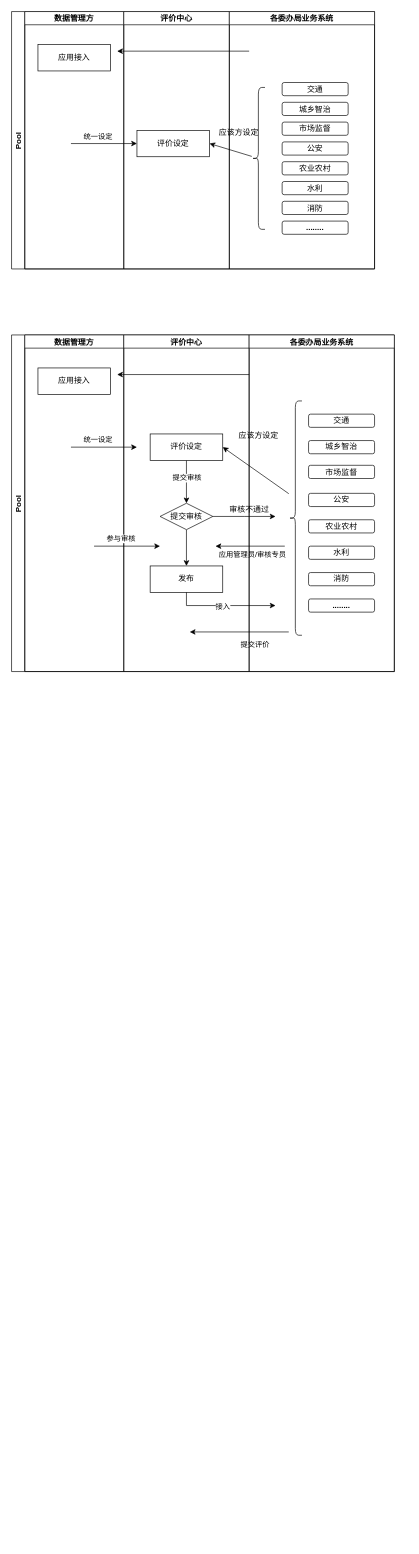
The draw.io diagram 未命名绘图.drawio in xgeed/x, before the edit. Source tidied: cells renumbered, new cells numbered last; positions are measured from the earlier drawing's top-left corner, leaving out a move shared by most shapes. Both pictures are drawn from the tidied source at 66%, with x=0, y=0 at pixel (11, 11).
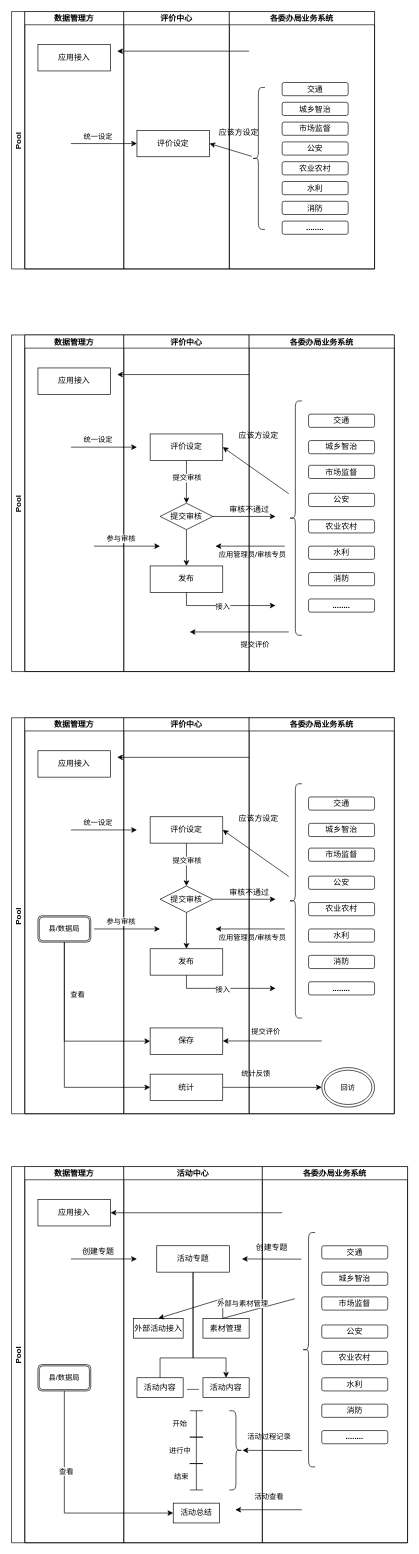
After the change.

Commit message (it also covers changes not shown here):
更新未命名绘图.drawio

Change to the diagram source:
```diff
@@
+    <mxCell id="57" value="Pool" style="swimlane;startSize=20;horizontal=0;" parent="1" vertex="1">
+      <mxGeometry y="1070" width="580" height="600" as="geometry" />
+    </mxCell>
+    <mxCell id="58" value="数据管理方" style="swimlane;startSize=20;" parent="57" vertex="1">
+      <mxGeometry x="20" width="150" height="600" as="geometry" />
+    </mxCell>
+    <mxCell id="59" value="应用接入" style="rounded=0;whiteSpace=wrap;html=1;" parent="58" vertex="1">
+      <mxGeometry x="20" y="50" width="110" height="40" as="geometry" />
+    </mxCell>
+    <mxCell id="60" style="endArrow=classic;html=1;rounded=0;" parent="58" edge="1">
+      <mxGeometry relative="1" as="geometry">
+        <mxPoint x="70" y="170" as="sourcePoint" />
+        <mxPoint x="170" y="170" as="targetPoint" />
+      </mxGeometry>
+    </mxCell>
+    <mxCell id="61" value="统一设定" style="edgeLabel;html=1;align=center;verticalAlign=middle;" parent="60" vertex="1">
+      <mxGeometry x="-0.21" y="2" relative="1" as="geometry">
+        <mxPoint y="-10" as="offset" />
+      </mxGeometry>
+    </mxCell>
+    <mxCell id="62" value="县/数据局" style="shape=ext;double=1;rounded=1;whiteSpace=wrap;html=1;fontSize=11;" parent="58" vertex="1">
+      <mxGeometry x="20" y="300" width="80" height="40" as="geometry" />
+    </mxCell>
+    <mxCell id="63" value="评价中心" style="swimlane;startSize=20;" parent="57" vertex="1">
+      <mxGeometry x="170" width="190" height="600" as="geometry" />
+    </mxCell>
+    <mxCell id="64" style="endArrow=classic;html=1;rounded=0;" parent="63" edge="1">
+      <mxGeometry relative="1" as="geometry">
+        <mxPoint x="190" y="60" as="sourcePoint" />
+        <mxPoint x="-10" y="60" as="targetPoint" />
+      </mxGeometry>
+    </mxCell>
+    <mxCell id="65" style="edgeStyle=orthogonalEdgeStyle;rounded=0;jettySize=auto;html=1;entryX=0.5;entryY=0;entryDx=0;entryDy=0;" parent="63" edge="1" source="67" target="69">
+      <mxGeometry relative="1" as="geometry" />
+    </mxCell>
+    <mxCell id="66" value="提交审核" style="edgeLabel;html=1;align=center;verticalAlign=middle;" parent="65" vertex="1">
+      <mxGeometry x="-0.19" relative="1" as="geometry" />
+    </mxCell>
+    <mxCell id="67" value="评价设定" style="rounded=0;whiteSpace=wrap;html=1;" parent="63" vertex="1">
+      <mxGeometry x="40" y="150" width="110" height="40" as="geometry" />
+    </mxCell>
+    <mxCell id="68" style="edgeStyle=orthogonalEdgeStyle;rounded=0;jettySize=auto;html=1;entryX=0.5;entryY=0;entryDx=0;entryDy=0;" parent="63" edge="1" source="69" target="71">
+      <mxGeometry relative="1" as="geometry" />
+    </mxCell>
+    <mxCell id="69" value="提交审核" style="rhombus;whiteSpace=wrap;html=1;" parent="63" vertex="1">
+      <mxGeometry x="55" y="255" width="80" height="40" as="geometry" />
+    </mxCell>
+    <mxCell id="70" value="审核不通过" style="text;html=1;align=center;verticalAlign=middle;strokeColor=none;fillColor=none;" parent="63" vertex="1">
+      <mxGeometry x="150" y="250" width="80" height="30" as="geometry" />
+    </mxCell>
+    <mxCell id="71" value="发布" style="rounded=0;whiteSpace=wrap;html=1;" parent="63" vertex="1">
+      <mxGeometry x="40" y="350" width="110" height="40" as="geometry" />
+    </mxCell>
+    <mxCell id="72" style="endArrow=classic;html=1;rounded=0;" parent="63" edge="1">
+      <mxGeometry relative="1" as="geometry">
+        <mxPoint x="-45" y="320" as="sourcePoint" />
+        <mxPoint x="55" y="320" as="targetPoint" />
+      </mxGeometry>
+    </mxCell>
+    <mxCell id="73" value="参与审核" style="edgeLabel;html=1;align=center;verticalAlign=middle;" parent="72" vertex="1">
+      <mxGeometry x="-0.21" y="2" relative="1" as="geometry">
+        <mxPoint y="-10" as="offset" />
+      </mxGeometry>
+    </mxCell>
+    <mxCell id="74" style="endArrow=classic;html=1;rounded=0;" parent="63" edge="1">
+      <mxGeometry relative="1" as="geometry">
+        <mxPoint x="300" y="489.7" as="sourcePoint" />
+        <mxPoint x="150" y="489.7" as="targetPoint" />
+      </mxGeometry>
+    </mxCell>
+    <mxCell id="75" value="保存" style="rounded=0;whiteSpace=wrap;html=1;" parent="63" vertex="1">
+      <mxGeometry x="40" y="470" width="110" height="40" as="geometry" />
+    </mxCell>
+    <mxCell id="76" value="统计" style="rounded=0;whiteSpace=wrap;html=1;" parent="63" vertex="1">
+      <mxGeometry x="40" y="540" width="110" height="40" as="geometry" />
+    </mxCell>
+    <mxCell id="77" value="各委办局业务系统" style="swimlane;startSize=20;" parent="57" vertex="1">
+      <mxGeometry x="360" width="220" height="600" as="geometry" />
+    </mxCell>
+    <mxCell id="78" value="交通" style="rounded=1;whiteSpace=wrap;html=1;" parent="77" vertex="1">
+      <mxGeometry x="90" y="120" width="100" height="20" as="geometry" />
+    </mxCell>
+    <mxCell id="79" value="城乡智治" style="rounded=1;whiteSpace=wrap;html=1;" parent="77" vertex="1">
+      <mxGeometry x="90" y="160" width="100" height="20" as="geometry" />
+    </mxCell>
+    <mxCell id="80" value="市场监督" style="rounded=1;whiteSpace=wrap;html=1;" parent="77" vertex="1">
+      <mxGeometry x="90" y="197.5" width="100" height="20" as="geometry" />
+    </mxCell>
+    <mxCell id="81" value="公安" style="rounded=1;whiteSpace=wrap;html=1;" parent="77" vertex="1">
+      <mxGeometry x="90" y="240" width="100" height="20" as="geometry" />
+    </mxCell>
+    <mxCell id="82" value="农业农村" style="rounded=1;whiteSpace=wrap;html=1;" parent="77" vertex="1">
+      <mxGeometry x="90" y="280" width="100" height="20" as="geometry" />
+    </mxCell>
+    <mxCell id="83" value="水利" style="rounded=1;whiteSpace=wrap;html=1;" parent="77" vertex="1">
+      <mxGeometry x="90" y="320" width="100" height="20" as="geometry" />
+    </mxCell>
+    <mxCell id="84" value="消防" style="rounded=1;whiteSpace=wrap;html=1;" parent="77" vertex="1">
+      <mxGeometry x="90" y="360" width="100" height="20" as="geometry" />
+    </mxCell>
+    <mxCell id="85" value="........" style="rounded=1;whiteSpace=wrap;html=1;fontStyle=1;" parent="77" vertex="1">
+      <mxGeometry x="90" y="400" width="100" height="20" as="geometry" />
+    </mxCell>
+    <mxCell id="86" style="shape=curlyBracket;whiteSpace=wrap;html=1;rounded=1;size=0.5;" parent="77" vertex="1">
+      <mxGeometry x="60" y="100" width="20" height="355" as="geometry" />
+    </mxCell>
+    <mxCell id="87" value="应该方设定" style="text;html=1;align=center;verticalAlign=middle;strokeColor=none;fillColor=none;" parent="77" vertex="1">
+      <mxGeometry x="-26" y="137.5" width="80" height="30" as="geometry" />
+    </mxCell>
+    <mxCell id="88" style="endArrow=classic;html=1;rounded=0;entryX=1;entryY=0.5;entryDx=0;entryDy=0;" parent="77" edge="1">
+      <mxGeometry relative="1" as="geometry">
+        <mxPoint x="54" y="320" as="sourcePoint" />
+        <mxPoint x="-51" y="320" as="targetPoint" />
+      </mxGeometry>
+    </mxCell>
+    <mxCell id="89" value="&lt;font style=&quot;font-size: 11px;&quot;&gt;应用管理员/审核专员&lt;/font&gt;" style="text;html=1;align=center;verticalAlign=middle;strokeColor=none;fillColor=none;fontSize=10;" parent="77" vertex="1">
+      <mxGeometry x="-60" y="317.5" width="130" height="30" as="geometry" />
+    </mxCell>
+    <mxCell id="90" value="提交评价" style="text;html=1;align=center;verticalAlign=middle;strokeColor=none;fillColor=none;fontSize=11;" parent="77" vertex="1">
+      <mxGeometry x="-10" y="460" width="70" height="30" as="geometry" />
+    </mxCell>
+    <mxCell id="91" value="回访" style="ellipse;shape=doubleEllipse;whiteSpace=wrap;html=1;fontSize=11;" parent="77" vertex="1">
+      <mxGeometry x="110" y="530" width="80" height="60" as="geometry" />
+    </mxCell>
+    <mxCell id="92" style="endArrow=classic;html=1;rounded=0;entryX=1;entryY=0.5;entryDx=0;entryDy=0;" parent="57" edge="1" target="67">
+      <mxGeometry relative="1" as="geometry">
+        <mxPoint x="420" y="240.5" as="sourcePoint" />
+      </mxGeometry>
+    </mxCell>
+    <mxCell id="93" style="edgeStyle=orthogonalEdgeStyle;rounded=0;jettySize=auto;html=1;fontSize=11;entryX=0;entryY=0.5;entryDx=0;entryDy=0;exitX=0.5;exitY=1;exitDx=0;exitDy=0;" parent="57" edge="1" source="62" target="75">
+      <mxGeometry relative="1" as="geometry" />
+    </mxCell>
+    <mxCell id="94" style="edgeStyle=orthogonalEdgeStyle;rounded=0;jettySize=auto;html=1;entryX=0;entryY=0.5;entryDx=0;entryDy=0;fontSize=11;exitX=0.5;exitY=1;exitDx=0;exitDy=0;" parent="57" edge="1" source="62" target="76">
+      <mxGeometry relative="1" as="geometry" />
+    </mxCell>
+    <mxCell id="95" style="edgeStyle=orthogonalEdgeStyle;rounded=0;jettySize=auto;html=1;" parent="1" edge="1" source="69">
+      <mxGeometry relative="1" as="geometry">
+        <mxPoint x="400" y="1345" as="targetPoint" />
+      </mxGeometry>
+    </mxCell>
+    <mxCell id="96" style="edgeStyle=orthogonalEdgeStyle;rounded=0;jettySize=auto;html=1;fontSize=11;exitX=0.5;exitY=1;exitDx=0;exitDy=0;" parent="1" edge="1" source="71">
+      <mxGeometry relative="1" as="geometry">
+        <mxPoint x="400" y="1480" as="targetPoint" />
+        <Array as="points">
+          <mxPoint x="265" y="1480" />
+        </Array>
+      </mxGeometry>
+    </mxCell>
+    <mxCell id="97" value="接入" style="edgeLabel;html=1;align=center;verticalAlign=middle;fontSize=11;" parent="96" vertex="1">
+      <mxGeometry x="-0.05" y="-1" relative="1" as="geometry" />
+    </mxCell>
+    <mxCell id="98" value="查看" style="text;html=1;align=center;verticalAlign=middle;strokeColor=none;fillColor=none;fontSize=11;" parent="1" vertex="1">
+      <mxGeometry x="75" y="1475" width="50" height="30" as="geometry" />
+    </mxCell>
+    <mxCell id="99" style="edgeStyle=orthogonalEdgeStyle;rounded=0;jettySize=auto;html=1;fontSize=11;" parent="1" edge="1" source="76">
+      <mxGeometry relative="1" as="geometry">
+        <mxPoint x="470" y="1630" as="targetPoint" />
+      </mxGeometry>
+    </mxCell>
+    <mxCell id="100" value="统计反馈" style="text;html=1;align=center;verticalAlign=middle;strokeColor=none;fillColor=none;fontSize=11;" parent="1" vertex="1">
+      <mxGeometry x="335" y="1595" width="70" height="30" as="geometry" />
+    </mxCell>
+    <mxCell id="101" value="Pool" style="swimlane;startSize=20;horizontal=0;" parent="1" vertex="1">
+      <mxGeometry y="1750" width="600" height="570" as="geometry" />
+    </mxCell>
+    <mxCell id="102" value="数据管理方" style="swimlane;startSize=20;" parent="101" vertex="1">
+      <mxGeometry x="20" width="150" height="570" as="geometry" />
+    </mxCell>
+    <mxCell id="103" value="应用接入" style="rounded=0;whiteSpace=wrap;html=1;" parent="102" vertex="1">
+      <mxGeometry x="20" y="50" width="110" height="40" as="geometry" />
+    </mxCell>
+    <mxCell id="104" style="endArrow=classic;html=1;rounded=0;" parent="102" edge="1">
+      <mxGeometry relative="1" as="geometry">
+        <mxPoint x="70" y="140" as="sourcePoint" />
+        <mxPoint x="170" y="140" as="targetPoint" />
+      </mxGeometry>
+    </mxCell>
+    <mxCell id="105" value="&lt;span style=&quot;font-size: 12px; background-color: rgb(248, 249, 250);&quot;&gt;创建专题&lt;/span&gt;" style="edgeLabel;html=1;align=center;verticalAlign=middle;" parent="104" vertex="1">
+      <mxGeometry x="-0.21" y="2" relative="1" as="geometry">
+        <mxPoint y="-10" as="offset" />
+      </mxGeometry>
+    </mxCell>
+    <mxCell id="106" value="县/数据局" style="shape=ext;double=1;rounded=1;whiteSpace=wrap;html=1;fontSize=11;" parent="102" vertex="1">
+      <mxGeometry x="20" y="300" width="80" height="40" as="geometry" />
+    </mxCell>
+    <mxCell id="107" value="活动中心" style="swimlane;startSize=20;" parent="101" vertex="1">
+      <mxGeometry x="170" width="210" height="570" as="geometry" />
+    </mxCell>
+    <mxCell id="108" style="endArrow=classic;html=1;rounded=0;" parent="107" edge="1">
+      <mxGeometry relative="1" as="geometry">
+        <mxPoint x="240" y="70" as="sourcePoint" />
+        <mxPoint x="-20" y="70" as="targetPoint" />
+      </mxGeometry>
+    </mxCell>
+    <mxCell id="109" style="edgeStyle=orthogonalEdgeStyle;rounded=0;jettySize=auto;html=1;entryX=0.5;entryY=0;entryDx=0;entryDy=0;fontSize=11;" parent="107" edge="1" source="111">
+      <mxGeometry relative="1" as="geometry">
+        <mxPoint x="55" y="350" as="targetPoint" />
+        <Array as="points">
+          <mxPoint x="105" y="290" />
+          <mxPoint x="55" y="290" />
+        </Array>
+      </mxGeometry>
+    </mxCell>
+    <mxCell id="110" style="edgeStyle=orthogonalEdgeStyle;rounded=0;jettySize=auto;html=1;fontSize=11;" parent="107" edge="1" source="111" target="112">
+      <mxGeometry relative="1" as="geometry">
+        <Array as="points">
+          <mxPoint x="105" y="290" />
+          <mxPoint x="155" y="290" />
+        </Array>
+      </mxGeometry>
+    </mxCell>
+    <mxCell id="111" value="活动专题" style="rounded=0;whiteSpace=wrap;html=1;" parent="107" vertex="1">
+      <mxGeometry x="50" y="120" width="110" height="40" as="geometry" />
+    </mxCell>
+    <mxCell id="112" value="活动内容" style="rounded=0;whiteSpace=wrap;html=1;" parent="107" vertex="1">
+      <mxGeometry x="120" y="320" width="70" height="30" as="geometry" />
+    </mxCell>
+    <mxCell id="113" value="素材管理" style="rounded=0;whiteSpace=wrap;html=1;" parent="107" vertex="1">
+      <mxGeometry x="120" y="230" width="70" height="30" as="geometry" />
+    </mxCell>
+    <mxCell id="114" value="外部活动接入" style="rounded=0;whiteSpace=wrap;html=1;" parent="107" vertex="1">
+      <mxGeometry x="15" y="230" width="75" height="30" as="geometry" />
+    </mxCell>
+    <mxCell id="115" value="活动内容" style="rounded=0;whiteSpace=wrap;html=1;" parent="107" vertex="1">
+      <mxGeometry x="20" y="320" width="70" height="30" as="geometry" />
+    </mxCell>
+    <mxCell id="116" value="&lt;b&gt;......&lt;/b&gt;" style="text;html=1;align=center;verticalAlign=middle;strokeColor=none;fillColor=none;fontSize=11;" parent="107" vertex="1">
+      <mxGeometry x="85" y="320" width="40" height="30" as="geometry" />
+    </mxCell>
+    <mxCell id="117" style="shape=crossbar;whiteSpace=wrap;html=1;rounded=1;direction=south;fontSize=11;" parent="107" vertex="1">
+      <mxGeometry x="100" y="370" width="20" height="40" as="geometry" />
+    </mxCell>
+    <mxCell id="118" style="edgeStyle=orthogonalEdgeStyle;rounded=0;orthogonalLoop=1;jettySize=auto;html=1;exitX=1;exitY=0.5;exitDx=0;exitDy=0;exitPerimeter=0;fontSize=11;" parent="107" edge="1" source="117" target="117">
+      <mxGeometry relative="1" as="geometry" />
+    </mxCell>
+    <mxCell id="119" style="shape=crossbar;whiteSpace=wrap;html=1;rounded=1;direction=south;fontSize=11;" parent="107" vertex="1">
+      <mxGeometry x="100" y="410" width="20" height="40" as="geometry" />
+    </mxCell>
+    <mxCell id="120" value="开始" style="text;html=1;align=center;verticalAlign=middle;strokeColor=none;fillColor=none;fontSize=11;" parent="107" vertex="1">
+      <mxGeometry x="60" y="375" width="50" height="30" as="geometry" />
+    </mxCell>
+    <mxCell id="121" value="进行中" style="text;html=1;align=center;verticalAlign=middle;strokeColor=none;fillColor=none;fontSize=11;" parent="107" vertex="1">
+      <mxGeometry x="55" y="415" width="60" height="30" as="geometry" />
+    </mxCell>
+    <mxCell id="122" style="shape=crossbar;whiteSpace=wrap;html=1;rounded=1;direction=south;fontSize=11;" parent="107" vertex="1">
+      <mxGeometry x="100" y="450" width="20" height="40" as="geometry" />
+    </mxCell>
+    <mxCell id="123" value="结束" style="text;html=1;align=center;verticalAlign=middle;strokeColor=none;fillColor=none;fontSize=11;" parent="107" vertex="1">
+      <mxGeometry x="62" y="455" width="50" height="30" as="geometry" />
+    </mxCell>
+    <mxCell id="124" style="shape=curlyBracket;whiteSpace=wrap;html=1;rounded=1;flipH=1;fontSize=11;" parent="107" vertex="1">
+      <mxGeometry x="160" y="370" width="20" height="120" as="geometry" />
+    </mxCell>
+    <mxCell id="125" value="活动总结" style="rounded=0;whiteSpace=wrap;html=1;" parent="107" vertex="1">
+      <mxGeometry x="75" y="510" width="70" height="30" as="geometry" />
+    </mxCell>
+    <mxCell id="126" value="各委办局业务系统" style="swimlane;startSize=20;" parent="101" vertex="1">
+      <mxGeometry x="380" width="220" height="570" as="geometry" />
+    </mxCell>
+    <mxCell id="127" value="交通" style="rounded=1;whiteSpace=wrap;html=1;" parent="126" vertex="1">
+      <mxGeometry x="90" y="120" width="100" height="20" as="geometry" />
+    </mxCell>
+    <mxCell id="128" value="城乡智治" style="rounded=1;whiteSpace=wrap;html=1;" parent="126" vertex="1">
+      <mxGeometry x="90" y="160" width="100" height="20" as="geometry" />
+    </mxCell>
+    <mxCell id="129" value="市场监督" style="rounded=1;whiteSpace=wrap;html=1;" parent="126" vertex="1">
+      <mxGeometry x="90" y="197.5" width="100" height="20" as="geometry" />
+    </mxCell>
+    <mxCell id="130" value="公安" style="rounded=1;whiteSpace=wrap;html=1;" parent="126" vertex="1">
+      <mxGeometry x="90" y="240" width="100" height="20" as="geometry" />
+    </mxCell>
+    <mxCell id="131" value="农业农村" style="rounded=1;whiteSpace=wrap;html=1;" parent="126" vertex="1">
+      <mxGeometry x="90" y="280" width="100" height="20" as="geometry" />
+    </mxCell>
+    <mxCell id="132" value="水利" style="rounded=1;whiteSpace=wrap;html=1;" parent="126" vertex="1">
+      <mxGeometry x="90" y="320" width="100" height="20" as="geometry" />
+    </mxCell>
+    <mxCell id="133" value="消防" style="rounded=1;whiteSpace=wrap;html=1;" parent="126" vertex="1">
+      <mxGeometry x="90" y="360" width="100" height="20" as="geometry" />
+    </mxCell>
+    <mxCell id="134" value="........" style="rounded=1;whiteSpace=wrap;html=1;fontStyle=1;" parent="126" vertex="1">
+      <mxGeometry x="90" y="400" width="100" height="20" as="geometry" />
+    </mxCell>
+    <mxCell id="135" style="shape=curlyBracket;whiteSpace=wrap;html=1;rounded=1;size=0.5;" parent="126" vertex="1">
+      <mxGeometry x="60" y="100" width="20" height="355" as="geometry" />
+    </mxCell>
+    <mxCell id="136" value="创建专题" style="text;html=1;align=center;verticalAlign=middle;strokeColor=none;fillColor=none;" parent="126" vertex="1">
+      <mxGeometry x="-21" y="107.5" width="70" height="30" as="geometry" />
+    </mxCell>
+    <mxCell id="137" style="endArrow=classic;html=1;rounded=0;" parent="126" edge="1">
+      <mxGeometry relative="1" as="geometry">
+        <mxPoint x="59" y="140.3" as="sourcePoint" />
+        <mxPoint x="-31" y="140" as="targetPoint" />
+      </mxGeometry>
+    </mxCell>
+    <mxCell id="138" style="endArrow=classic;html=1;rounded=0;entryX=0.5;entryY=0;entryDx=0;entryDy=0;" parent="126" edge="1" target="114">
+      <mxGeometry relative="1" as="geometry">
+        <mxPoint x="49" y="200.3" as="sourcePoint" />
+        <Array as="points">
+          <mxPoint x="-60" y="230" />
+          <mxPoint x="-60" y="200" />
+        </Array>
+      </mxGeometry>
+    </mxCell>
+    <mxCell id="139" value="外部与素材管理" style="edgeLabel;html=1;align=center;verticalAlign=middle;fontSize=11;" parent="138" vertex="1">
+      <mxGeometry x="-0.39" y="-1" relative="1" as="geometry">
+        <mxPoint x="-7" y="-12" as="offset" />
+      </mxGeometry>
+    </mxCell>
+    <mxCell id="140" style="endArrow=classic;html=1;rounded=0;" parent="126" edge="1">
+      <mxGeometry relative="1" as="geometry">
+        <mxPoint x="60" y="430.3" as="sourcePoint" />
+        <mxPoint x="-30" y="430" as="targetPoint" />
+      </mxGeometry>
+    </mxCell>
+    <mxCell id="141" style="endArrow=classic;html=1;rounded=0;" parent="126" edge="1">
+      <mxGeometry relative="1" as="geometry">
+        <mxPoint x="60" y="520" as="sourcePoint" />
+        <mxPoint x="-41" y="520" as="targetPoint" />
+      </mxGeometry>
+    </mxCell>
+    <mxCell id="142" style="edgeStyle=orthogonalEdgeStyle;rounded=0;jettySize=auto;html=1;entryX=0;entryY=0.5;entryDx=0;entryDy=0;fontSize=11;" parent="101" edge="1" source="106" target="125">
+      <mxGeometry relative="1" as="geometry">
+        <Array as="points">
+          <mxPoint x="80" y="525" />
+        </Array>
+      </mxGeometry>
+    </mxCell>
+    <mxCell id="143" value="查看" style="edgeLabel;html=1;align=center;verticalAlign=middle;fontSize=11;" parent="142" vertex="1">
+      <mxGeometry x="-0.31" y="2" relative="1" as="geometry" />
+    </mxCell>
+    <mxCell id="144" value="活动过程记录" style="text;html=1;align=center;verticalAlign=middle;strokeColor=none;fillColor=none;fontSize=11;" parent="1" vertex="1">
+      <mxGeometry x="340" y="2145" width="100" height="30" as="geometry" />
+    </mxCell>
+    <mxCell id="145" value="活动查看" style="text;html=1;align=center;verticalAlign=middle;strokeColor=none;fillColor=none;fontSize=11;" parent="1" vertex="1">
+      <mxGeometry x="355" y="2235" width="70" height="30" as="geometry" />
+    </mxCell>
```
